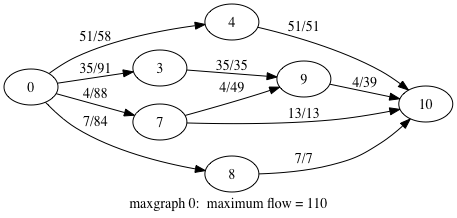
yesheng7152/CSC301--Finding-Maximum-Flow keeps this Graphviz diagram as maxgraph0.dot.png. Above is the earlier version. Its source is kept beside it as maxgraph0.dot.
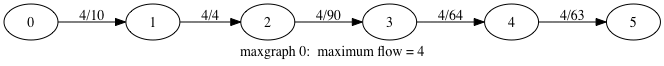
After the commit.

What changed in the source:
```diff
@@ -1,16 +1,11 @@
 digraph g{
 
 rankdir = LR
-0 -> 3 [label = " 35/91 "];
-0 -> 4 [label = " 51/58 "];
-0 -> 7 [label = " 4/88 "];
-0 -> 8 [label = " 7/84 "];
-3 -> 9 [label = " 35/35 "];
-4 -> 10 [label = " 51/51 "];
-7 -> 9 [label = " 4/49 "];
-7 -> 10 [label = " 13/13 "];
-8 -> 10 [label = " 7/7 "];
-9 -> 10 [label = " 4/39 "];
+0 -> 1 [label = " 4/10 "];
+1 -> 2 [label = " 4/4 "];
+2 -> 3 [label = " 4/90 "];
+3 -> 4 [label = " 4/64 "];
+4 -> 5 [label = " 4/63 "];
 
-label = " maxgraph 0:  maximum flow = 110 "
+label = " maxgraph 0:  maximum flow = 4 "
 }
```
